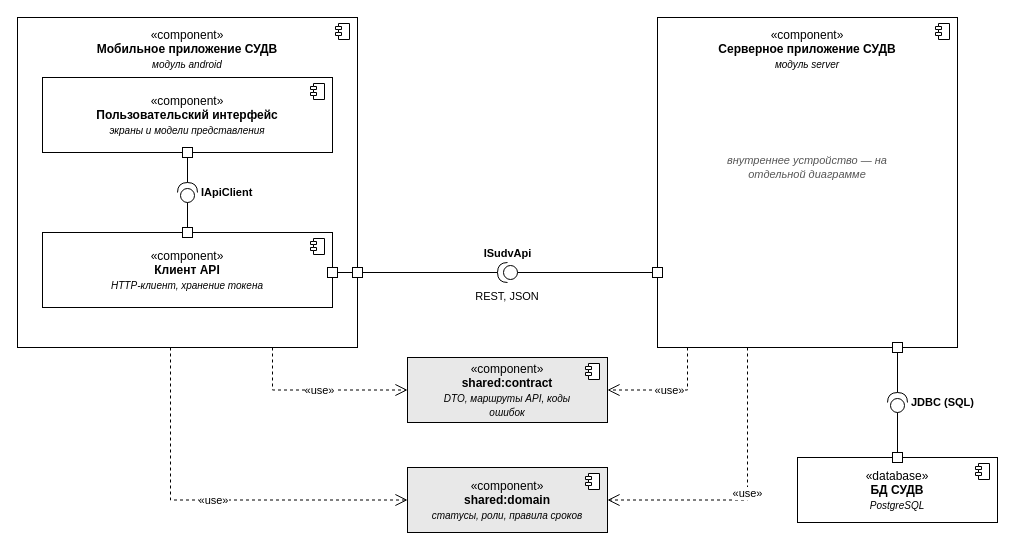
This is page "12_components_general" (2 of 5) of docs/diagrams/practices_6-7.drawio from HayKor/io-kursach, a draw.io file, before an edit. Source tidied: cells renumbered, new cells numbered last; positions are measured from the earlier drawing's top-left corner, leaving out a move shared by most shapes. Both pictures are drawn from the tidied source at 100%, with x=0, y=0 at pixel (17, 17).
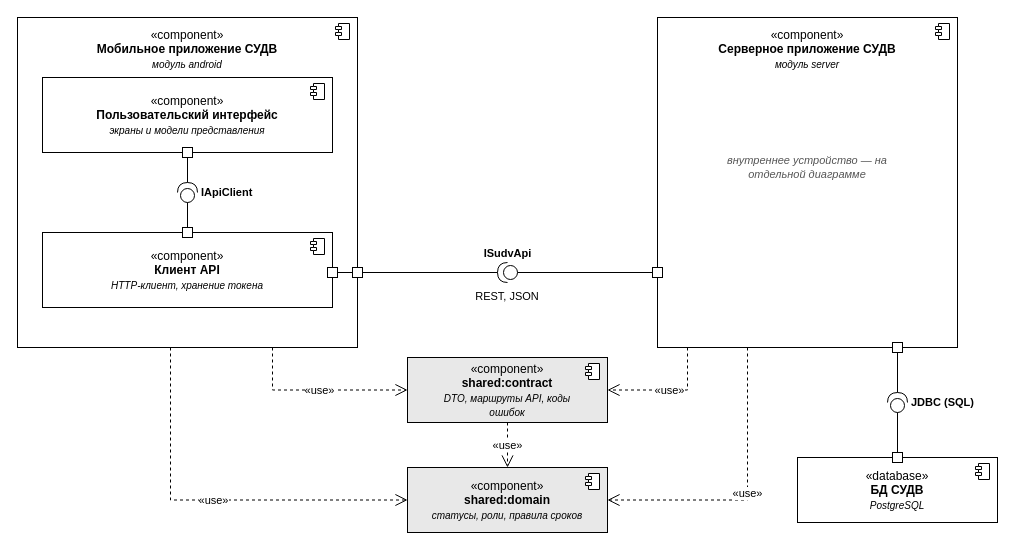
After the change.

Unchanged cells that the change refers to:
```xml
<mxCell id="31" value="«component»&lt;br&gt;&lt;b&gt;shared:contract&lt;/b&gt;&lt;br&gt;&lt;i&gt;&lt;font style=&quot;font-size: 10px;&quot;&gt;DTO, маршруты API, коды ошибок&lt;/font&gt;&lt;/i&gt;" style="html=1;whiteSpace=wrap;fontSize=12;fontFamily=Arial;fillColor=#E8E8E8;strokeColor=#000000;verticalAlign=middle;spacingRight=18;spacingLeft=18;" parent="1" vertex="1">
  <mxGeometry x="390" y="340" width="200" height="65" as="geometry" />
</mxCell>
<mxCell id="33" value="«component»&lt;br&gt;&lt;b&gt;shared:domain&lt;/b&gt;&lt;br&gt;&lt;i&gt;&lt;font style=&quot;font-size: 10px;&quot;&gt;статусы, роли, правила сроков&lt;/font&gt;&lt;/i&gt;" style="html=1;whiteSpace=wrap;fontSize=12;fontFamily=Arial;fillColor=#E8E8E8;strokeColor=#000000;verticalAlign=middle;spacingRight=18;spacingLeft=18;" parent="1" vertex="1">
  <mxGeometry x="390" y="450" width="200" height="65" as="geometry" />
</mxCell>
```

What changed in the source:
```diff
@@
+    <mxCell id="39" value="«use»" style="dashed=1;endArrow=open;endSize=10;html=1;rounded=0;edgeStyle=orthogonalEdgeStyle;fontSize=11;fontFamily=Arial;exitX=0.5;exitY=1;exitDx=0;exitDy=0;entryX=0.5;entryY=0;entryDx=0;entryDy=0;" parent="1" edge="1" source="31" target="33">
+      <mxGeometry relative="1" as="geometry" />
+    </mxCell>
```
